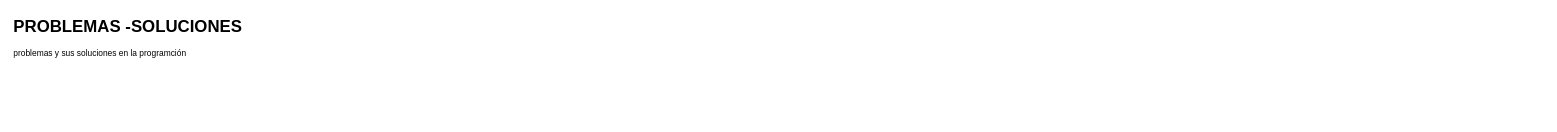
Earlier version of the draw.io diagram Diagrama sin título.drawio (German-G-M/problemas-soluciones). Source tidied: cells renumbered, new cells numbered last; positions are measured from the earlier drawing's top-left corner, leaving out a move shared by most shapes. Both pictures are drawn from the tidied source at 70%, with x=0, y=0 at pixel (12, 12).
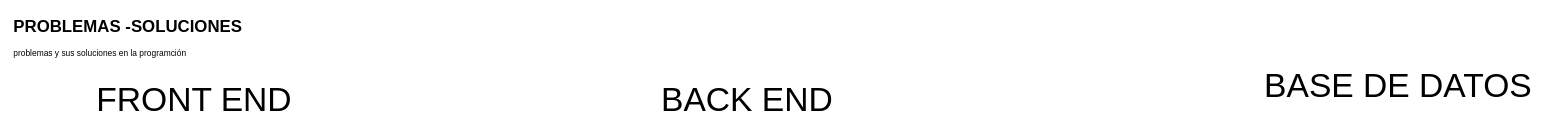
Above is the later version.

What changed in the source:
```diff
@@
 <mxGraphModel>
   <root>
     <mxCell id="0" />
     <mxCell id="1" parent="0" />
     <mxCell id="2" value="&lt;h1 style=&quot;margin-top: 0px;&quot;&gt;PROBLEMAS -SOLUCIONES&lt;/h1&gt;&lt;p&gt;problemas y sus soluciones en la programción&lt;/p&gt;" style="text;html=1;whiteSpace=wrap;overflow=hidden;rounded=0;" parent="1" vertex="1">
-      <mxGeometry width="440" height="120" as="geometry" />
+      <mxGeometry width="440" height="80" as="geometry" />
     </mxCell>
+    <mxCell id="3" value="&lt;font style=&quot;font-size: 48px;&quot;&gt;FRONT END&lt;/font&gt;" style="text;html=1;whiteSpace=wrap;strokeColor=none;fillColor=none;align=center;verticalAlign=middle;rounded=0;" parent="1" vertex="1">
+      <mxGeometry x="50" y="100" width="420" height="50" as="geometry" />
+    </mxCell>
+    <mxCell id="4" value="&lt;font style=&quot;font-size: 48px;&quot;&gt;BACK END&lt;/font&gt;" style="text;html=1;whiteSpace=wrap;strokeColor=none;fillColor=none;align=center;verticalAlign=middle;rounded=0;" parent="1" vertex="1">
+      <mxGeometry x="840" y="100" width="420" height="50" as="geometry" />
+    </mxCell>
+    <mxCell id="5" value="&lt;font style=&quot;font-size: 48px;&quot;&gt;BASE DE DATOS&lt;/font&gt;" style="text;html=1;whiteSpace=wrap;strokeColor=none;fillColor=none;align=center;verticalAlign=middle;rounded=0;" parent="1" vertex="1">
+      <mxGeometry x="1770" y="80" width="420" height="50" as="geometry" />
+    </mxCell>
   </root>
 </mxGraphModel>
```
